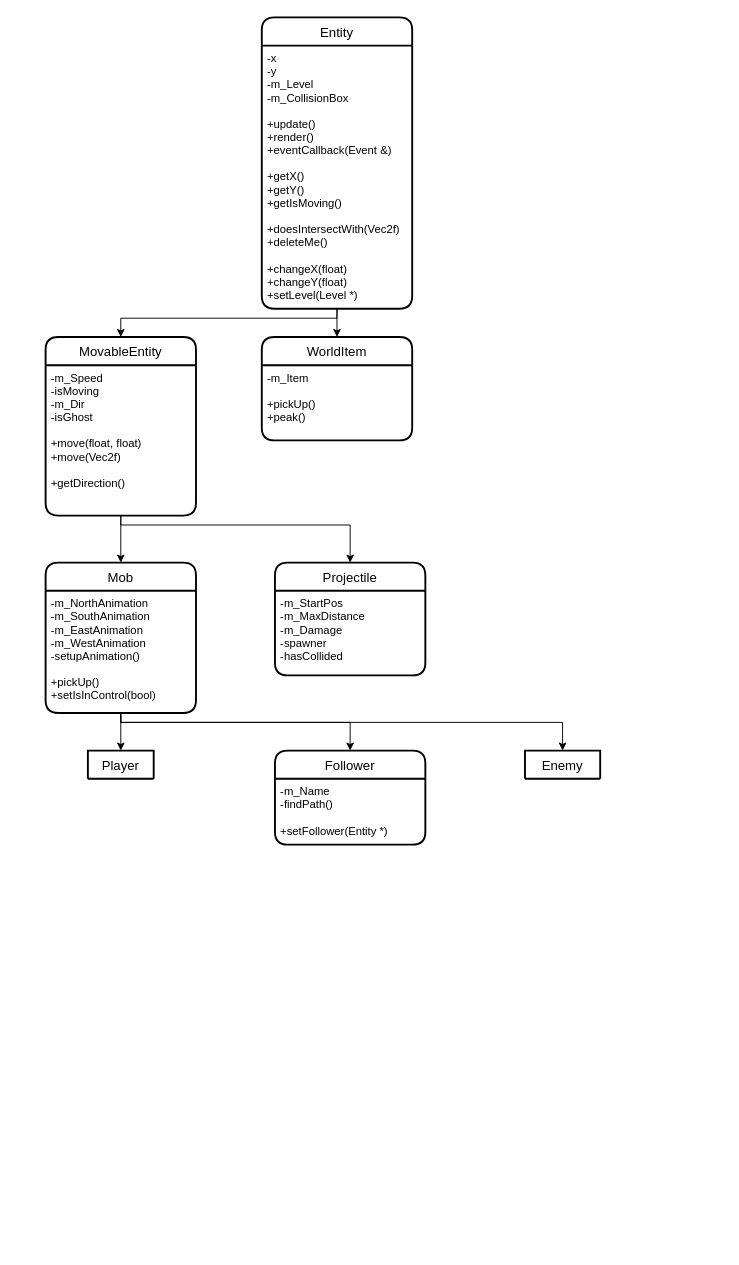
This is page "Entity" (1 of 10) of docs/Design - Classes.drawio from DeDerpster/TheMazeGame, a draw.io file, before an edit. Source tidied: cells renumbered, new cells numbered last; positions are measured from the earlier drawing's top-left corner, leaving out a move shared by most shapes. Both pictures are drawn from the tidied source at 94%, with x=0, y=0 at pixel (45, 17).
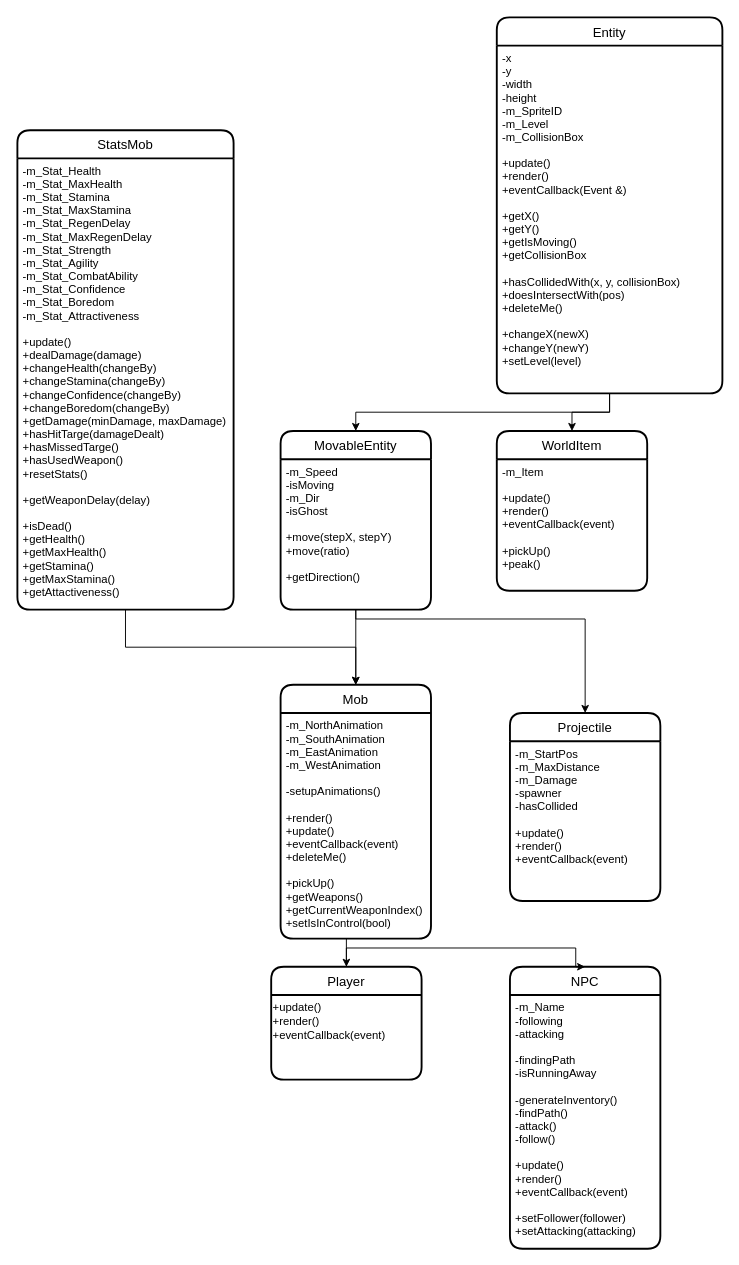
The same page after the edit.

Change to the diagram source:
```diff
@@
-    <mxCell id="2" style="edgeStyle=orthogonalEdgeStyle;rounded=0;jettySize=auto;html=1;entryX=0.5;entryY=0;entryDx=0;entryDy=0;" parent="1" edge="1" source="12" target="3">
+    <mxCell id="2" style="edgeStyle=orthogonalEdgeStyle;rounded=0;jettySize=auto;html=1;entryX=0.5;entryY=0;entryDx=0;entryDy=0;exitX=0.5;exitY=1;exitDx=0;exitDy=0;fontStyle=1;" parent="1" edge="1" source="13" target="3">
       <mxGeometry relative="1" as="geometry">
         <Array as="points">
-          <mxPoint x="310" y="320" />
-          <mxPoint x="80" y="320" />
+          <mxPoint x="600" y="420" />
+          <mxPoint x="330" y="420" />
         </Array>
       </mxGeometry>
     </mxCell>
     <mxCell id="3" value="MovableEntity" style="swimlane;horizontal=1;startSize=30;rounded=1;fontSize=14;fontStyle=0;strokeWidth=2;shadow=0;dashed=0;align=center;" parent="1" vertex="1">
-      <mxGeometry y="340" width="160" height="190" as="geometry" />
+      <mxGeometry x="250" y="440" width="160" height="190" as="geometry" />
     </mxCell>
-    <mxCell id="4" value="-m_Speed&#10;-isMoving&#10;-m_Dir&#10;-isGhost&#10;&#10;+move(float, float)&#10;+move(Vec2f)&#10;&#10;+getDirection()&#10;" style="align=left;strokeColor=none;fillColor=none;spacingLeft=4;fontSize=12;verticalAlign=top;" parent="3" vertex="1">
+    <mxCell id="4" value="-m_Speed&#10;-isMoving&#10;-m_Dir&#10;-isGhost&#10;&#10;+move(stepX, stepY)&#10;+move(ratio)&#10;&#10;+getDirection()&#10;" style="align=left;strokeColor=none;fillColor=none;spacingLeft=4;fontSize=12;verticalAlign=top;" parent="3" vertex="1">
       <mxGeometry y="30" width="160" height="160" as="geometry" />
     </mxCell>
     <mxCell id="5" value="WorldItem" style="swimlane;horizontal=1;startSize=30;rounded=1;fontSize=14;fontStyle=0;strokeWidth=2;shadow=0;dashed=0;align=center;" parent="1" vertex="1">
-      <mxGeometry x="230" y="340" width="160" height="110" as="geometry" />
+      <mxGeometry x="480" y="440" width="160" height="170" as="geometry" />
     </mxCell>
-    <mxCell id="6" value="-m_Item&#10;&#10;+pickUp()&#10;+peak()&#10;" style="align=left;strokeColor=none;fillColor=none;spacingLeft=4;fontSize=12;verticalAlign=top;" parent="5" vertex="1">
-      <mxGeometry y="30" width="160" height="80" as="geometry" />
+    <mxCell id="6" value="-m_Item&#10;&#10;+update()&#10;+render()&#10;+eventCallback(event)&#10;&#10;+pickUp()&#10;+peak()&#10;" style="align=left;strokeColor=none;fillColor=none;spacingLeft=4;fontSize=12;verticalAlign=top;" parent="5" vertex="1">
+      <mxGeometry y="30" width="160" height="140" as="geometry" />
     </mxCell>
-    <mxCell id="7" style="edgeStyle=orthogonalEdgeStyle;rounded=0;jettySize=auto;html=1;" parent="1" edge="1" source="13" target="5">
-      <mxGeometry relative="1" as="geometry">
-        <Array as="points">
-          <mxPoint x="310" y="310" />
-          <mxPoint x="310" y="310" />
-        </Array>
-      </mxGeometry>
+    <mxCell id="7" style="edgeStyle=orthogonalEdgeStyle;rounded=0;jettySize=auto;html=1;exitX=0.5;exitY=1;exitDx=0;exitDy=0;fontStyle=1;" parent="1" edge="1" source="13" target="5">
+      <mxGeometry relative="1" as="geometry" />
     </mxCell>
     <mxCell id="8" value="Mob" style="swimlane;horizontal=1;startSize=30;rounded=1;fontSize=14;fontStyle=0;strokeWidth=2;shadow=0;dashed=0;align=center;" parent="1" vertex="1">
-      <mxGeometry y="580" width="160" height="160" as="geometry" />
+      <mxGeometry x="250" y="710" width="160" height="270" as="geometry" />
     </mxCell>
-    <mxCell id="9" value="-m_NorthAnimation&#10;-m_SouthAnimation&#10;-m_EastAnimation&#10;-m_WestAnimation&#10;-setupAnimation()&#10;&#10;+pickUp()&#10;+setIsInControl(bool)" style="align=left;strokeColor=none;fillColor=none;spacingLeft=4;fontSize=12;verticalAlign=top;" parent="8" vertex="1">
-      <mxGeometry y="30" width="160" height="130" as="geometry" />
+    <mxCell id="9" value="-m_NorthAnimation&#10;-m_SouthAnimation&#10;-m_EastAnimation&#10;-m_WestAnimation&#10;&#10;-setupAnimations()&#10;&#10;+render()&#10;+update()&#10;+eventCallback(event)&#10;+deleteMe()&#10;&#10;+pickUp()&#10;+getWeapons()&#10;+getCurrentWeaponIndex()&#10;+setIsInControl(bool)" style="align=left;strokeColor=none;fillColor=none;spacingLeft=4;fontSize=12;verticalAlign=top;" parent="8" vertex="1">
+      <mxGeometry y="30" width="160" height="240" as="geometry" />
     </mxCell>
     <mxCell id="10" value="Projectile" style="swimlane;horizontal=1;startSize=30;rounded=1;fontSize=14;fontStyle=0;strokeWidth=2;shadow=0;dashed=0;align=center;" parent="1" vertex="1">
-      <mxGeometry x="244" y="580" width="160" height="120" as="geometry" />
+      <mxGeometry x="494" y="740" width="160" height="200" as="geometry" />
     </mxCell>
-    <mxCell id="11" value="-m_StartPos&#10;-m_MaxDistance&#10;-m_Damage&#10;-spawner&#10;-hasCollided&#10;" style="align=left;strokeColor=none;fillColor=none;spacingLeft=4;fontSize=12;verticalAlign=top;" parent="10" vertex="1">
-      <mxGeometry y="30" width="160" height="90" as="geometry" />
+    <mxCell id="11" value="-m_StartPos&#10;-m_MaxDistance&#10;-m_Damage&#10;-spawner&#10;-hasCollided&#10;&#10;+update()&#10;+render()&#10;+eventCallback(event)&#10;" style="align=left;strokeColor=none;fillColor=none;spacingLeft=4;fontSize=12;verticalAlign=top;" parent="10" vertex="1">
+      <mxGeometry y="30" width="160" height="170" as="geometry" />
     </mxCell>
     <mxCell id="12" value="Entity" style="swimlane;horizontal=1;startSize=30;rounded=1;fontSize=14;fontStyle=0;strokeWidth=2;shadow=0;dashed=0;align=center;" parent="1" vertex="1">
-      <mxGeometry x="230" width="160" height="310" as="geometry" />
+      <mxGeometry x="480" width="240" height="400" as="geometry" />
     </mxCell>
-    <mxCell id="13" value="-x&#10;-y&#10;-m_Level&#10;-m_CollisionBox&#10;&#10;+update()&#10;+render()&#10;+eventCallback(Event &amp;)&#10;&#10;+getX()&#10;+getY()&#10;+getIsMoving()&#10;&#10;+doesIntersectWith(Vec2f)&#10;+deleteMe()&#10;&#10;+changeX(float)&#10;+changeY(float)&#10;+setLevel(Level *)&#10;&#10;" style="align=left;strokeColor=none;fillColor=none;spacingLeft=4;fontSize=12;verticalAlign=top;" parent="12" vertex="1">
-      <mxGeometry y="30" width="160" height="280" as="geometry" />
+    <mxCell id="13" value="-x&#10;-y&#10;-width&#10;-height&#10;-m_SpriteID&#10;-m_Level&#10;-m_CollisionBox&#10;&#10;+update()&#10;+render()&#10;+eventCallback(Event &amp;)&#10;&#10;+getX()&#10;+getY()&#10;+getIsMoving()&#10;+getCollisionBox&#10;&#10;+hasCollidedWith(x, y, collisionBox)&#10;+doesIntersectWith(pos)&#10;+deleteMe()&#10;&#10;+changeX(newX)&#10;+changeY(newY)&#10;+setLevel(level)&#10;&#10;" style="align=left;strokeColor=none;fillColor=none;spacingLeft=4;fontSize=12;verticalAlign=top;" parent="12" vertex="1">
+      <mxGeometry y="30" width="240" height="370" as="geometry" />
     </mxCell>
-    <mxCell id="14" value="Follower" style="swimlane;horizontal=1;startSize=30;rounded=1;fontSize=14;fontStyle=0;strokeWidth=2;shadow=0;dashed=0;align=center;" parent="1" vertex="1">
-      <mxGeometry x="244" y="780" width="160" height="100" as="geometry" />
+    <mxCell id="14" value="NPC" style="swimlane;horizontal=1;startSize=30;rounded=1;fontSize=14;fontStyle=0;strokeWidth=2;shadow=0;dashed=0;align=center;" parent="1" vertex="1">
+      <mxGeometry x="494" y="1010" width="160" height="300" as="geometry" />
     </mxCell>
-    <mxCell id="15" value="-m_Name&#10;-findPath()&#10;&#10;+setFollower(Entity *)" style="align=left;strokeColor=none;fillColor=none;spacingLeft=4;fontSize=12;verticalAlign=top;" parent="14" vertex="1">
-      <mxGeometry y="30" width="160" height="70" as="geometry" />
+    <mxCell id="15" value="-m_Name&#10;-following&#10;-attacking&#10;&#10;-findingPath&#10;-isRunningAway&#10;&#10;-generateInventory()&#10;-findPath()&#10;-attack()&#10;-follow()&#10;&#10;+update()&#10;+render()&#10;+eventCallback(event)&#10;&#10;+setFollower(follower)&#10;+setAttacking(attacking)" style="align=left;strokeColor=none;fillColor=none;spacingLeft=4;fontSize=12;verticalAlign=top;" parent="14" vertex="1">
+      <mxGeometry y="30" width="160" height="270" as="geometry" />
     </mxCell>
-    <mxCell id="16" style="edgeStyle=orthogonalEdgeStyle;rounded=0;jettySize=auto;html=1;" parent="1" edge="1" source="4" target="8">
+    <mxCell id="16" style="edgeStyle=orthogonalEdgeStyle;rounded=0;jettySize=auto;html=1;fontStyle=1;" parent="1" edge="1" source="4" target="8">
       <mxGeometry relative="1" as="geometry" />
     </mxCell>
-    <mxCell id="17" style="edgeStyle=orthogonalEdgeStyle;rounded=0;jettySize=auto;html=1;entryX=0.5;entryY=0;entryDx=0;entryDy=0;" parent="1" edge="1" source="4" target="10">
+    <mxCell id="17" style="edgeStyle=orthogonalEdgeStyle;rounded=0;jettySize=auto;html=1;entryX=0.5;entryY=0;entryDx=0;entryDy=0;fontStyle=1;" parent="1" edge="1" source="4" target="10">
       <mxGeometry relative="1" as="geometry">
         <Array as="points">
-          <mxPoint x="80" y="540" />
-          <mxPoint x="324" y="540" />
+          <mxPoint x="330" y="640" />
+          <mxPoint x="574" y="640" />
         </Array>
       </mxGeometry>
     </mxCell>
-    <mxCell id="18" style="edgeStyle=orthogonalEdgeStyle;rounded=0;jettySize=auto;html=1;" parent="1" edge="1" source="9" target="21">
-      <mxGeometry relative="1" as="geometry" />
+    <mxCell id="18" style="edgeStyle=orthogonalEdgeStyle;rounded=0;jettySize=auto;html=1;fontStyle=1;" parent="1" edge="1" source="9">
+      <mxGeometry relative="1" as="geometry">
+        <mxPoint x="320" y="1010" as="targetPoint" />
+        <Array as="points">
+          <mxPoint x="320" y="1000" />
+          <mxPoint x="320" y="1000" />
+        </Array>
+      </mxGeometry>
     </mxCell>
-    <mxCell id="19" style="edgeStyle=orthogonalEdgeStyle;rounded=0;jettySize=auto;html=1;entryX=0.5;entryY=0;entryDx=0;entryDy=0;" parent="1" edge="1" source="9" target="14">
+    <mxCell id="19" style="edgeStyle=orthogonalEdgeStyle;rounded=0;jettySize=auto;html=1;entryX=0.5;entryY=0;entryDx=0;entryDy=0;fontStyle=1;" parent="1" edge="1" target="14">
       <mxGeometry relative="1" as="geometry">
+        <mxPoint x="320" y="1010" as="sourcePoint" />
         <Array as="points">
-          <mxPoint x="80" y="750" />
-          <mxPoint x="324" y="750" />
+          <mxPoint x="320" y="990" />
+          <mxPoint x="564" y="990" />
+          <mxPoint x="564" y="1010" />
         </Array>
       </mxGeometry>
     </mxCell>
-    <mxCell id="20" style="edgeStyle=orthogonalEdgeStyle;rounded=0;jettySize=auto;html=1;" parent="1" edge="1" source="9" target="22">
-      <mxGeometry relative="1" as="geometry">
-        <Array as="points">
-          <mxPoint x="80" y="750" />
-          <mxPoint x="550" y="750" />
-        </Array>
-      </mxGeometry>
-    </mxCell>
-    <mxCell id="21" value="Player" style="swimlane;horizontal=1;startSize=30;rounded=1;fontSize=14;fontStyle=0;strokeWidth=2;shadow=0;dashed=0;align=center;" parent="1" vertex="1" collapsed="1">
-      <mxGeometry x="45" y="780" width="70" height="30" as="geometry" />
+    <mxCell id="21" value="Player" style="swimlane;horizontal=1;startSize=30;rounded=1;fontSize=14;fontStyle=0;strokeWidth=2;shadow=0;dashed=0;align=center;" parent="1" vertex="1">
+      <mxGeometry x="240" y="1010" width="160" height="120" as="geometry" />
     </mxCell>
-    <mxCell id="22" value="Enemy" style="swimlane;horizontal=1;startSize=30;rounded=1;fontSize=14;fontStyle=0;strokeWidth=2;shadow=0;dashed=0;align=center;" parent="1" vertex="1" collapsed="1">
-      <mxGeometry x="510" y="780" width="80" height="30" as="geometry" />
-    </mxCell>
+    <mxCell id="23" value="+update()&lt;br&gt;+render()&lt;br&gt;+eventCallback(event)" style="text;html=1;align=left;verticalAlign=top;" parent="21" vertex="1">
+      <mxGeometry y="30" width="160" height="90" as="geometry" />
+    </mxCell>
+    <mxCell id="24" value="StatsMob" style="swimlane;horizontal=1;startSize=30;rounded=1;fontSize=14;fontStyle=0;strokeWidth=2;shadow=0;dashed=0;align=center;" parent="1" vertex="1">
+      <mxGeometry x="-30" y="120" width="230" height="510" as="geometry" />
+    </mxCell>
+    <mxCell id="25" value="-m_Stat_Health&#10;-m_Stat_MaxHealth&#10;-m_Stat_Stamina&#10;-m_Stat_MaxStamina&#10;-m_Stat_RegenDelay&#10;-m_Stat_MaxRegenDelay&#10;-m_Stat_Strength&#10;-m_Stat_Agility&#10;-m_Stat_CombatAbility&#10;-m_Stat_Confidence&#10;-m_Stat_Boredom&#10;-m_Stat_Attractiveness&#10;&#10;+update()&#10;+dealDamage(damage)&#10;+changeHealth(changeBy)&#10;+changeStamina(changeBy)&#10;+changeConfidence(changeBy)&#10;+changeBoredom(changeBy)&#10;+getDamage(minDamage, maxDamage)&#10;+hasHitTarge(damageDealt)&#10;+hasMissedTarge()&#10;+hasUsedWeapon()&#10;+resetStats()&#10;&#10;+getWeaponDelay(delay)&#10;&#10;+isDead()&#10;+getHealth()&#10;+getMaxHealth()&#10;+getStamina()&#10;+getMaxStamina()&#10;+getAttactiveness()" style="align=left;strokeColor=none;fillColor=none;spacingLeft=4;fontSize=12;verticalAlign=top;" parent="24" vertex="1">
+      <mxGeometry y="30" width="230" height="480" as="geometry" />
+    </mxCell>
+    <mxCell id="26" style="edgeStyle=orthogonalEdgeStyle;rounded=0;jettySize=auto;html=1;entryX=0.5;entryY=0;entryDx=0;entryDy=0;" parent="1" edge="1" source="25" target="8">
+      <mxGeometry relative="1" as="geometry">
+        <Array as="points">
+          <mxPoint x="85" y="670" />
+          <mxPoint x="330" y="670" />
+        </Array>
+      </mxGeometry>
+    </mxCell>
```
